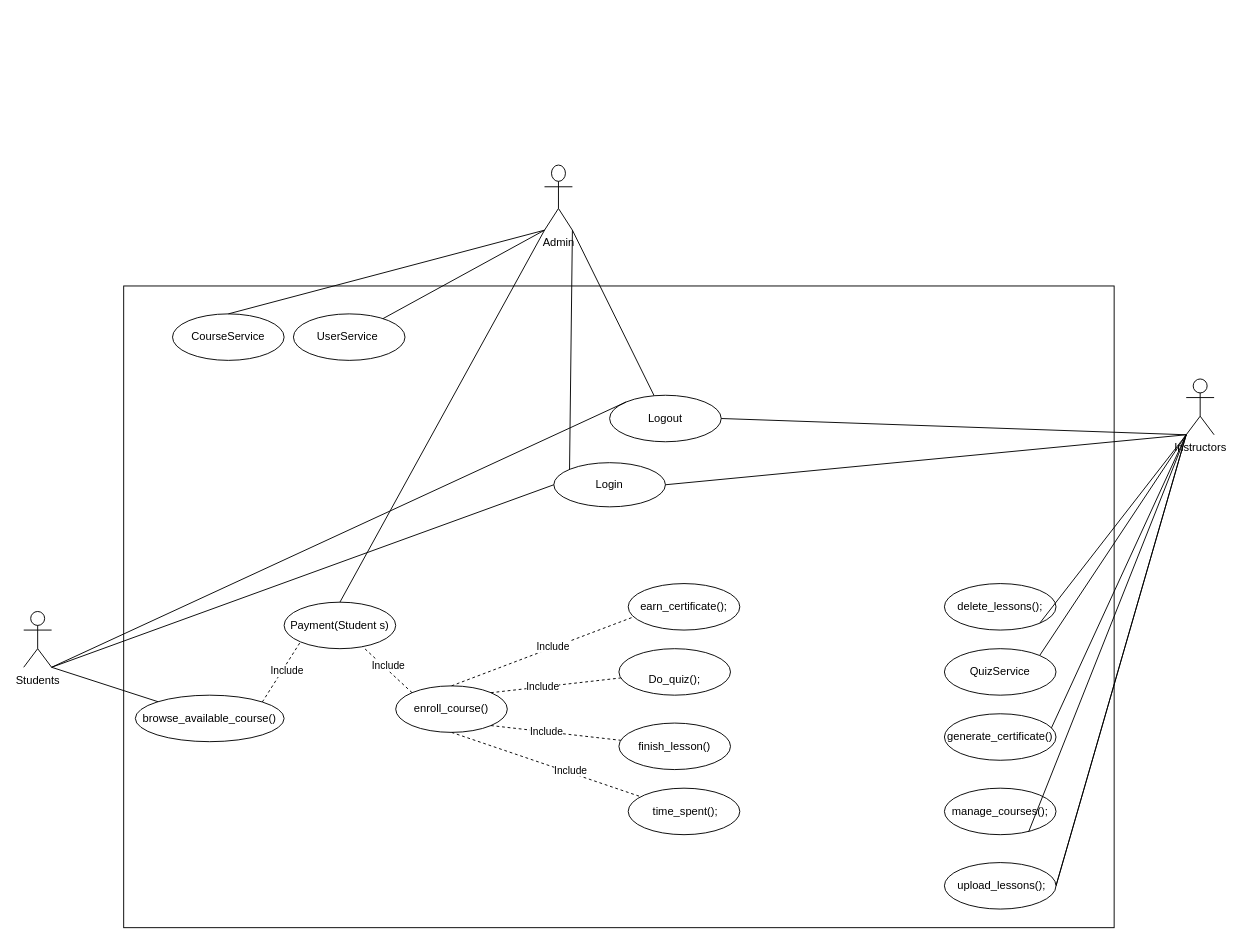
Earlier version of the draw.io diagram USE-CASE.drawio (Mahmoud5704/Bismillahi_arRahmani_arRahim-UML-). Source tidied: cells renumbered, new cells numbered last; positions are measured from the earlier drawing's top-left corner, leaving out a move shared by most shapes. Both pictures are drawn from the tidied source at 93%, with x=0, y=0 at pixel (23, 165).
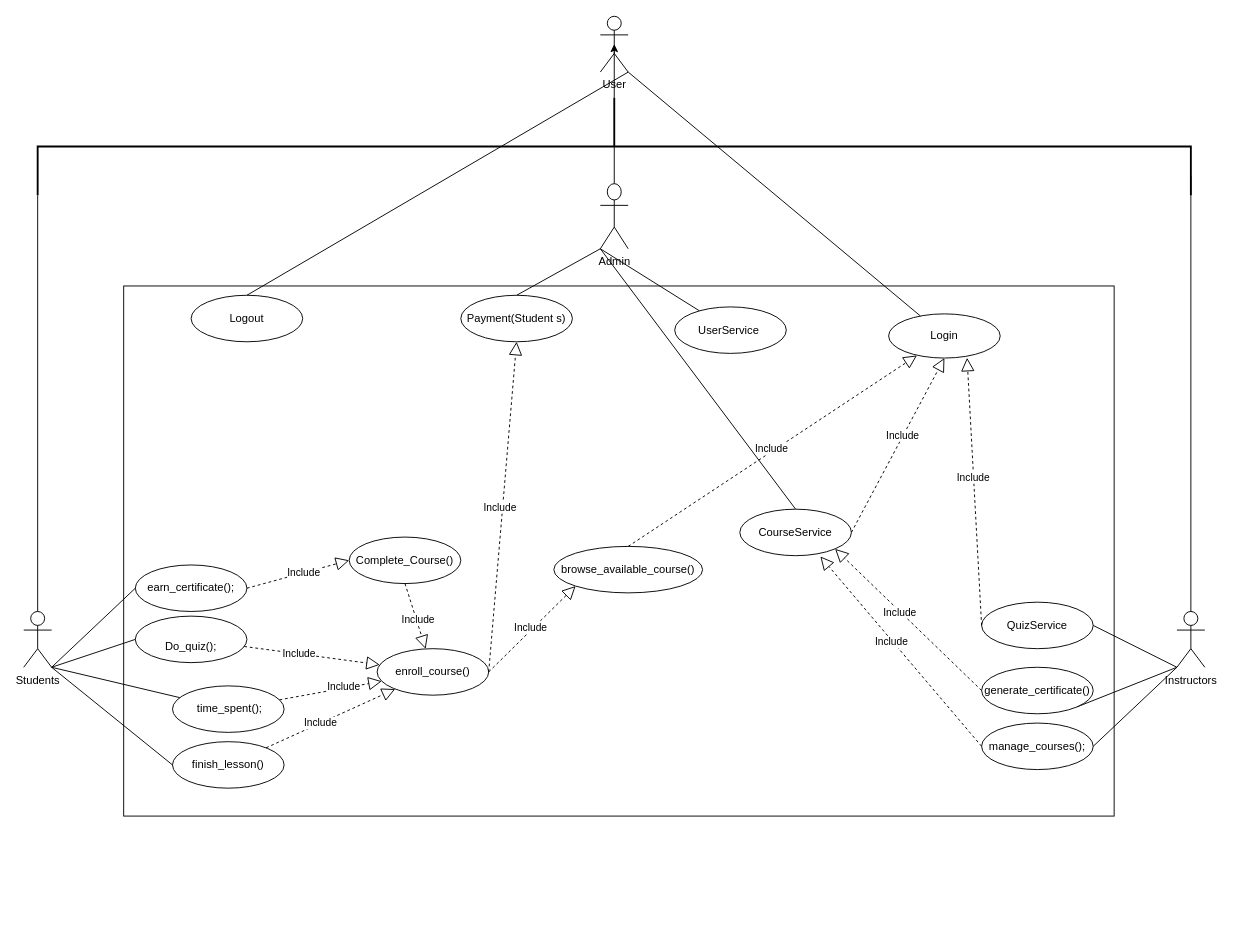
The same diagram, later.

The change refers to these unchanged cells:
```xml
<mxCell id="3" value="Students&lt;div&gt;&lt;br&gt;&lt;/div&gt;" style="shape=umlActor;verticalLabelPosition=bottom;verticalAlign=top;html=1;outlineConnect=0;" parent="1" vertex="1">
  <mxGeometry y="480" width="30" height="60" as="geometry" />
</mxCell>
```

Diff of the diagram source:
```diff
@@
     <mxCell id="2" value="Instructors" style="shape=umlActor;verticalLabelPosition=bottom;verticalAlign=top;html=1;outlineConnect=0;" parent="1" vertex="1">
-      <mxGeometry x="1250" y="230" width="30" height="60" as="geometry" />
+      <mxGeometry x="1240" y="480" width="30" height="60" as="geometry" />
     </mxCell>
@@
     <mxCell id="4" style="rounded=0;whiteSpace=wrap;html=1;" parent="1" vertex="1">
-      <mxGeometry x="107.5" y="130" width="1065" height="690" as="geometry" />
+      <mxGeometry x="107.5" y="130" width="1065" height="570" as="geometry" />
     </mxCell>
     <mxCell id="5" value="finish_lesson()" style="ellipse;whiteSpace=wrap;html=1;" parent="1" vertex="1">
-      <mxGeometry x="640" y="600" width="120" height="50" as="geometry" />
+      <mxGeometry x="160" y="620" width="120" height="50" as="geometry" />
     </mxCell>
     <mxCell id="6" value="enroll_course()" style="ellipse;whiteSpace=wrap;html=1;" parent="1" vertex="1">
-      <mxGeometry x="400" y="560" width="120" height="50" as="geometry" />
+      <mxGeometry x="380" y="520" width="120" height="50" as="geometry" />
     </mxCell>
-    <mxCell id="7" value="&amp;nbsp;time_spent();" style="ellipse;whiteSpace=wrap;html=1;" parent="1" vertex="1">
-      <mxGeometry x="650" y="670" width="120" height="50" as="geometry" />
-    </mxCell>
     <mxCell id="8" value="browse_available_course()" style="ellipse;whiteSpace=wrap;html=1;" parent="1" vertex="1">
-      <mxGeometry x="120" y="570" width="160" height="50" as="geometry" />
+      <mxGeometry x="570" y="410" width="160" height="50" as="geometry" />
     </mxCell>
     <mxCell id="9" value="earn_certificate();" style="ellipse;whiteSpace=wrap;html=1;" parent="1" vertex="1">
-      <mxGeometry x="650" y="450" width="120" height="50" as="geometry" />
+      <mxGeometry x="120" y="430" width="120" height="50" as="geometry" />
     </mxCell>
     <mxCell id="10" value="&lt;br&gt;Do_quiz();" style="ellipse;whiteSpace=wrap;html=1;" parent="1" vertex="1">
-      <mxGeometry x="640" y="520" width="120" height="50" as="geometry" />
+      <mxGeometry x="120" y="485" width="120" height="50" as="geometry" />
     </mxCell>
     <mxCell id="11" value="QuizService" style="ellipse;whiteSpace=wrap;html=1;" parent="1" vertex="1">
-      <mxGeometry x="990" y="520" width="120" height="50" as="geometry" />
+      <mxGeometry x="1030" y="470" width="120" height="50" as="geometry" />
     </mxCell>
-    <mxCell id="12" value="delete_lessons();" style="ellipse;whiteSpace=wrap;html=1;" parent="1" vertex="1">
-      <mxGeometry x="990" y="450" width="120" height="50" as="geometry" />
-    </mxCell>
     <mxCell id="13" value="manage_courses();" style="ellipse;whiteSpace=wrap;html=1;" parent="1" vertex="1">
-      <mxGeometry x="990" y="670" width="120" height="50" as="geometry" />
+      <mxGeometry x="1030" y="600" width="120" height="50" as="geometry" />
     </mxCell>
     <mxCell id="14" value="Logout" style="ellipse;whiteSpace=wrap;html=1;" parent="1" vertex="1">
-      <mxGeometry x="630" y="247.5" width="120" height="50" as="geometry" />
+      <mxGeometry x="180" y="140" width="120" height="50" as="geometry" />
     </mxCell>
     <mxCell id="15" value="Login" style="ellipse;whiteSpace=wrap;html=1;" parent="1" vertex="1">
-      <mxGeometry x="570" y="320" width="120" height="47.5" as="geometry" />
+      <mxGeometry x="930" y="160" width="120" height="47.5" as="geometry" />
     </mxCell>
-    <mxCell id="16" style="endArrow=none;dashed=1;html=1;rounded=0;exitX=1;exitY=0;exitDx=0;exitDy=0;" parent="1" edge="1" source="6" target="10">
+    <mxCell id="16" style="endArrow=block;dashed=1;endFill=0;endSize=12;html=1;rounded=0;" parent="1" edge="1" source="10" target="6">
       <mxGeometry relative="1" as="geometry" />
     </mxCell>
@@
-    <mxCell id="18" style="endArrow=none;dashed=1;html=1;rounded=0;exitX=0.5;exitY=1;exitDx=0;exitDy=0;" parent="1" edge="1" source="6" target="7">
+    <mxCell id="18" style="endArrow=block;dashed=1;endFill=0;endSize=12;html=1;rounded=0;" parent="1" edge="1" source="7" target="6">
       <mxGeometry relative="1" as="geometry" />
     </mxCell>
@@
-    <mxCell id="20" style="endArrow=none;html=1;rounded=0;exitX=1;exitY=1;exitDx=0;exitDy=0;exitPerimeter=0;" parent="1" edge="1" source="3" target="8">
-      <mxGeometry relative="1" as="geometry" />
-    </mxCell>
-    <mxCell id="21" style="endArrow=none;dashed=1;html=1;rounded=0;entryX=0.051;entryY=0.714;entryDx=0;entryDy=0;entryPerimeter=0;exitX=0.5;exitY=0;exitDx=0;exitDy=0;" parent="1" edge="1" source="6" target="9">
+    <mxCell id="21" style="endArrow=block;dashed=1;endFill=0;endSize=12;html=1;rounded=0;exitX=0.5;exitY=1;exitDx=0;exitDy=0;" parent="1" edge="1" source="77" target="6">
       <mxGeometry relative="1" as="geometry" />
     </mxCell>
@@
-    <mxCell id="23" style="endArrow=none;dashed=1;html=1;rounded=0;exitX=1;exitY=0;exitDx=0;exitDy=0;entryX=0;entryY=1;entryDx=0;entryDy=0;" parent="1" edge="1" source="8" target="41">
-      <mxGeometry relative="1" as="geometry" />
-    </mxCell>
-    <mxCell id="24" value="Include" style="edgeLabel;html=1;align=center;verticalAlign=middle;" parent="23" vertex="1">
-      <mxGeometry x="0.1" y="-4" relative="1" as="geometry" />
-    </mxCell>
-    <mxCell id="25" style="endArrow=none;dashed=1;html=1;rounded=0;exitX=1;exitY=1;exitDx=0;exitDy=0;" parent="1" edge="1" source="6" target="5">
+    <mxCell id="25" style="endArrow=block;dashed=1;endFill=0;endSize=12;html=1;rounded=0;" parent="1" edge="1" source="5" target="6">
       <mxGeometry relative="1" as="geometry" />
     </mxCell>
@@
-    <mxCell id="27" style="endArrow=none;html=1;rounded=0;exitX=1;exitY=1;exitDx=0;exitDy=0;exitPerimeter=0;entryX=0;entryY=0.5;entryDx=0;entryDy=0;" parent="1" edge="1" source="3" target="15">
-      <mxGeometry relative="1" as="geometry" />
-    </mxCell>
-    <mxCell id="28" style="endArrow=none;html=1;rounded=0;exitX=1;exitY=0.5;exitDx=0;exitDy=0;entryX=0;entryY=1;entryDx=0;entryDy=0;entryPerimeter=0;" parent="1" edge="1" source="15" target="2">
-      <mxGeometry relative="1" as="geometry" />
-    </mxCell>
-    <mxCell id="29" style="endArrow=none;html=1;rounded=0;entryX=0;entryY=0;entryDx=0;entryDy=0;exitX=1;exitY=1;exitDx=0;exitDy=0;exitPerimeter=0;" parent="1" edge="1" source="44" target="15">
-      <mxGeometry relative="1" as="geometry" />
-    </mxCell>
-    <mxCell id="30" style="endArrow=none;html=1;rounded=0;exitX=1;exitY=0.5;exitDx=0;exitDy=0;entryX=0;entryY=1;entryDx=0;entryDy=0;entryPerimeter=0;" parent="1" edge="1" source="40" target="2">
-      <mxGeometry relative="1" as="geometry" />
-    </mxCell>
-    <mxCell id="31" style="endArrow=none;html=1;rounded=0;exitX=1;exitY=1;exitDx=0;exitDy=0;exitPerimeter=0;entryX=0;entryY=0;entryDx=0;entryDy=0;" parent="1" edge="1" source="3" target="14">
-      <mxGeometry relative="1" as="geometry" />
-    </mxCell>
-    <mxCell id="32" style="endArrow=none;html=1;rounded=0;exitX=1;exitY=1;exitDx=0;exitDy=0;exitPerimeter=0;" parent="1" edge="1" source="44" target="14">
-      <mxGeometry relative="1" as="geometry" />
-    </mxCell>
-    <mxCell id="33" style="endArrow=none;html=1;rounded=0;exitX=0;exitY=1;exitDx=0;exitDy=0;entryX=1;entryY=0.5;entryDx=0;entryDy=0;exitPerimeter=0;" parent="1" edge="1" source="2" target="40">
-      <mxGeometry relative="1" as="geometry" />
-    </mxCell>
@@
-    <mxCell id="35" style="endArrow=none;html=1;rounded=0;exitX=1;exitY=0;exitDx=0;exitDy=0;entryX=0;entryY=1;entryDx=0;entryDy=0;entryPerimeter=0;" parent="1" edge="1" source="11" target="2">
+    <mxCell id="35" style="endArrow=none;html=1;rounded=0;exitX=1;exitY=0.5;exitDx=0;exitDy=0;entryX=0;entryY=1;entryDx=0;entryDy=0;entryPerimeter=0;" parent="1" edge="1" source="11" target="2">
       <mxGeometry relative="1" as="geometry" />
     </mxCell>
-    <mxCell id="36" style="endArrow=none;html=1;rounded=0;entryX=0;entryY=1;entryDx=0;entryDy=0;entryPerimeter=0;exitX=1;exitY=1;exitDx=0;exitDy=0;" parent="1" edge="1" source="12" target="2">
-      <mxGeometry relative="1" as="geometry" />
-    </mxCell>
-    <mxCell id="37" style="endArrow=none;html=1;rounded=0;exitX=0.754;exitY=0.942;exitDx=0;exitDy=0;exitPerimeter=0;entryX=0;entryY=1;entryDx=0;entryDy=0;entryPerimeter=0;" parent="1" edge="1" source="13" target="2">
+    <mxCell id="37" style="endArrow=none;html=1;rounded=0;exitX=1;exitY=0.5;exitDx=0;exitDy=0;entryX=0;entryY=1;entryDx=0;entryDy=0;entryPerimeter=0;" parent="1" edge="1" source="13" target="2">
       <mxGeometry relative="1" as="geometry" />
     </mxCell>
     <mxCell id="38" value="generate_certificate()" style="ellipse;whiteSpace=wrap;html=1;" parent="1" vertex="1">
-      <mxGeometry x="990" y="590" width="120" height="50" as="geometry" />
+      <mxGeometry x="1030" y="540" width="120" height="50" as="geometry" />
     </mxCell>
-    <mxCell id="39" style="endArrow=none;html=1;rounded=0;exitX=1;exitY=0.5;exitDx=0;exitDy=0;entryX=0;entryY=1;entryDx=0;entryDy=0;entryPerimeter=0;" parent="1" edge="1" source="14" target="2">
-      <mxGeometry relative="1" as="geometry" />
-    </mxCell>
-    <mxCell id="40" value="&amp;nbsp;upload_lessons();" style="ellipse;whiteSpace=wrap;html=1;" parent="1" vertex="1">
-      <mxGeometry x="990" y="750" width="120" height="50" as="geometry" />
-    </mxCell>
     <mxCell id="41" value="Payment(Student s)" style="ellipse;whiteSpace=wrap;html=1;" parent="1" vertex="1">
-      <mxGeometry x="280" y="470" width="120" height="50" as="geometry" />
+      <mxGeometry x="470" y="140" width="120" height="50" as="geometry" />
     </mxCell>
-    <mxCell id="42" style="endArrow=none;dashed=1;html=1;rounded=0;exitX=0;exitY=0;exitDx=0;exitDy=0;" parent="1" edge="1" source="6" target="41">
-      <mxGeometry relative="1" as="geometry" />
-    </mxCell>
-    <mxCell id="43" value="Include" style="edgeLabel;html=1;align=center;verticalAlign=middle;" parent="42" vertex="1">
-      <mxGeometry x="0.1" y="-4" relative="1" as="geometry" />
-    </mxCell>
     <mxCell id="44" value="Admin" style="shape=umlActor;verticalLabelPosition=bottom;verticalAlign=top;html=1;outlineConnect=0;rotation=0;" parent="1" vertex="1">
-      <mxGeometry x="560" width="30" height="70" as="geometry" />
+      <mxGeometry x="620" y="20" width="30" height="70" as="geometry" />
     </mxCell>
     <mxCell id="45" value="CourseService" style="ellipse;whiteSpace=wrap;html=1;" parent="1" vertex="1">
-      <mxGeometry x="160" y="160" width="120" height="50" as="geometry" />
+      <mxGeometry x="770" y="370" width="120" height="50" as="geometry" />
     </mxCell>
     <mxCell id="46" value="UserService&amp;nbsp;" style="ellipse;whiteSpace=wrap;html=1;" parent="1" vertex="1">
-      <mxGeometry x="290" y="160" width="120" height="50" as="geometry" />
+      <mxGeometry x="700" y="152.5" width="120" height="50" as="geometry" />
     </mxCell>
@@
+    <mxCell id="51" value="User" style="shape=umlActor;verticalLabelPosition=bottom;verticalAlign=top;html=1;outlineConnect=0;" parent="1" vertex="1">
+      <mxGeometry x="620" y="-160" width="30" height="60" as="geometry" />
+    </mxCell>
+    <mxCell id="52" style="strokeWidth=2;html=1;shape=mxgraph.flowchart.annotation_2;align=left;labelPosition=right;rotation=90;" parent="1" vertex="1">
+      <mxGeometry x="582.5" y="-640" width="105" height="1240" as="geometry" />
+    </mxCell>
+    <mxCell id="53" style="endArrow=classic;html=1;rounded=0;entryX=0.5;entryY=0.5;entryDx=0;entryDy=0;entryPerimeter=0;exitX=0;exitY=0.5;exitDx=0;exitDy=0;exitPerimeter=0;" parent="1" edge="1" source="52" target="51">
+      <mxGeometry relative="1" as="geometry" />
+    </mxCell>
+    <mxCell id="54" style="endArrow=none;html=1;rounded=0;entryX=1;entryY=1;entryDx=0;entryDy=0;entryPerimeter=0;exitX=0.5;exitY=0;exitDx=0;exitDy=0;exitPerimeter=0;" parent="1" edge="1" source="3" target="52">
+      <mxGeometry relative="1" as="geometry" />
+    </mxCell>
+    <mxCell id="55" style="endArrow=none;html=1;rounded=0;exitX=0.5;exitY=0;exitDx=0;exitDy=0;exitPerimeter=0;entryX=0.805;entryY=0;entryDx=0;entryDy=0;entryPerimeter=0;" parent="1" edge="1" source="2" target="52">
+      <mxGeometry relative="1" as="geometry" />
+    </mxCell>
+    <mxCell id="56" style="endArrow=none;html=1;rounded=0;entryX=0.497;entryY=0.5;entryDx=0;entryDy=0;entryPerimeter=0;" parent="1" edge="1" source="44" target="52">
+      <mxGeometry relative="1" as="geometry" />
+    </mxCell>
+    <mxCell id="57" style="endArrow=none;html=1;rounded=0;entryX=1;entryY=1;entryDx=0;entryDy=0;entryPerimeter=0;" parent="1" edge="1" source="15" target="51">
+      <mxGeometry relative="1" as="geometry" />
+    </mxCell>
+    <mxCell id="58" style="endArrow=none;html=1;rounded=0;entryX=1;entryY=1;entryDx=0;entryDy=0;entryPerimeter=0;exitX=0.5;exitY=0;exitDx=0;exitDy=0;" parent="1" edge="1" source="14" target="51">
+      <mxGeometry relative="1" as="geometry" />
+    </mxCell>
+    <mxCell id="42" style="endArrow=block;dashed=1;endFill=0;endSize=12;html=1;rounded=0;exitX=1;exitY=0.5;exitDx=0;exitDy=0;entryX=0.5;entryY=1;entryDx=0;entryDy=0;" parent="1" edge="1" source="6" target="41">
+      <mxGeometry relative="1" as="geometry" />
+    </mxCell>
+    <mxCell id="59" value="Include" style="edgeLabel;html=1;align=center;verticalAlign=middle;" parent="42" vertex="1">
+      <mxGeometry y="3" relative="1" as="geometry" />
+    </mxCell>
+    <mxCell id="60" style="endArrow=none;html=1;rounded=0;exitX=1;exitY=1;exitDx=0;exitDy=0;exitPerimeter=0;" parent="1" edge="1" source="3" target="7">
+      <mxGeometry relative="1" as="geometry" />
+    </mxCell>
+    <mxCell id="7" value="&amp;nbsp;time_spent();" style="ellipse;whiteSpace=wrap;html=1;" parent="1" vertex="1">
+      <mxGeometry x="160" y="560" width="120" height="50" as="geometry" />
+    </mxCell>
+    <mxCell id="61" style="endArrow=none;html=1;rounded=0;exitX=1;exitY=1;exitDx=0;exitDy=0;exitPerimeter=0;entryX=0;entryY=0.5;entryDx=0;entryDy=0;" parent="1" edge="1" source="3" target="5">
+      <mxGeometry relative="1" as="geometry" />
+    </mxCell>
+    <mxCell id="62" style="endArrow=none;html=1;rounded=0;exitX=1;exitY=1;exitDx=0;exitDy=0;exitPerimeter=0;entryX=0;entryY=0.5;entryDx=0;entryDy=0;" parent="1" edge="1" source="3" target="10">
+      <mxGeometry relative="1" as="geometry" />
+    </mxCell>
+    <mxCell id="63" style="endArrow=none;html=1;rounded=0;entryX=0;entryY=0.5;entryDx=0;entryDy=0;" parent="1" edge="1" target="9">
+      <mxGeometry relative="1" as="geometry">
+        <mxPoint x="30" y="540" as="sourcePoint" />
+      </mxGeometry>
+    </mxCell>
+    <mxCell id="64" style="endArrow=block;dashed=1;endFill=0;endSize=12;html=1;rounded=0;exitX=1;exitY=0.5;exitDx=0;exitDy=0;entryX=0;entryY=1;entryDx=0;entryDy=0;" parent="1" edge="1" source="6" target="8">
+      <mxGeometry relative="1" as="geometry" />
+    </mxCell>
+    <mxCell id="65" value="Include" style="edgeLabel;html=1;align=center;verticalAlign=middle;" parent="64" vertex="1">
+      <mxGeometry y="3" relative="1" as="geometry" />
+    </mxCell>
+    <mxCell id="66" style="endArrow=block;dashed=1;endFill=0;endSize=12;html=1;rounded=0;exitX=0.5;exitY=0;exitDx=0;exitDy=0;entryX=0.254;entryY=0.942;entryDx=0;entryDy=0;entryPerimeter=0;" parent="1" edge="1" source="8" target="15">
+      <mxGeometry relative="1" as="geometry" />
+    </mxCell>
+    <mxCell id="67" value="Include" style="edgeLabel;html=1;align=center;verticalAlign=middle;" parent="66" vertex="1">
+      <mxGeometry y="3" relative="1" as="geometry" />
+    </mxCell>
+    <mxCell id="68" style="edgeStyle=none;shape=connector;rounded=0;orthogonalLoop=1;jettySize=auto;html=1;exitX=0.5;exitY=1;exitDx=0;exitDy=0;dashed=1;strokeColor=default;align=center;verticalAlign=middle;fontFamily=Helvetica;fontSize=11;fontColor=default;labelBackgroundColor=default;endArrow=block;endFill=0;endSize=12;" parent="1" edge="1" source="41" target="41">
+      <mxGeometry relative="1" as="geometry" />
+    </mxCell>
+    <mxCell id="69" style="endArrow=block;dashed=1;endFill=0;endSize=12;html=1;rounded=0;exitX=0;exitY=0.5;exitDx=0;exitDy=0;entryX=1;entryY=1;entryDx=0;entryDy=0;" parent="1" edge="1" source="38" target="45">
+      <mxGeometry relative="1" as="geometry" />
+    </mxCell>
+    <mxCell id="70" value="Include" style="edgeLabel;html=1;align=center;verticalAlign=middle;" parent="69" vertex="1">
+      <mxGeometry x="0.11" y="1" relative="1" as="geometry" />
+    </mxCell>
+    <mxCell id="71" style="endArrow=block;dashed=1;endFill=0;endSize=12;html=1;rounded=0;exitX=0;exitY=0.5;exitDx=0;exitDy=0;entryX=0.703;entryY=0.994;entryDx=0;entryDy=0;entryPerimeter=0;" parent="1" edge="1" source="11" target="15">
+      <mxGeometry relative="1" as="geometry" />
+    </mxCell>
+    <mxCell id="72" value="Include" style="edgeLabel;html=1;align=center;verticalAlign=middle;" parent="71" vertex="1">
+      <mxGeometry x="0.11" y="1" relative="1" as="geometry" />
+    </mxCell>
+    <mxCell id="73" style="endArrow=block;dashed=1;endFill=0;endSize=12;html=1;rounded=0;exitX=0;exitY=0.5;exitDx=0;exitDy=0;entryX=0.722;entryY=1.017;entryDx=0;entryDy=0;entryPerimeter=0;" parent="1" edge="1" source="13" target="45">
+      <mxGeometry relative="1" as="geometry" />
+    </mxCell>
+    <mxCell id="74" value="Include" style="edgeLabel;html=1;align=center;verticalAlign=middle;" parent="73" vertex="1">
+      <mxGeometry x="0.11" y="1" relative="1" as="geometry" />
+    </mxCell>
+    <mxCell id="75" style="endArrow=block;dashed=1;endFill=0;endSize=12;html=1;rounded=0;exitX=1;exitY=0.5;exitDx=0;exitDy=0;entryX=0.5;entryY=1;entryDx=0;entryDy=0;" parent="1" edge="1" source="45" target="15">
+      <mxGeometry relative="1" as="geometry" />
+    </mxCell>
+    <mxCell id="76" value="Include" style="edgeLabel;html=1;align=center;verticalAlign=middle;" parent="75" vertex="1">
+      <mxGeometry x="0.11" y="1" relative="1" as="geometry" />
+    </mxCell>
+    <mxCell id="77" value="Complete_Course()" style="ellipse;whiteSpace=wrap;html=1;" parent="1" vertex="1">
+      <mxGeometry x="350" y="400" width="120" height="50" as="geometry" />
+    </mxCell>
+    <mxCell id="78" style="endArrow=block;dashed=1;endFill=0;endSize=12;html=1;rounded=0;exitX=1;exitY=0.5;exitDx=0;exitDy=0;entryX=0;entryY=0.5;entryDx=0;entryDy=0;" parent="1" edge="1" source="9" target="77">
+      <mxGeometry relative="1" as="geometry" />
+    </mxCell>
+    <mxCell id="79" value="Include" style="edgeLabel;html=1;align=center;verticalAlign=middle;" parent="78" vertex="1">
+      <mxGeometry x="0.11" y="1" relative="1" as="geometry" />
+    </mxCell>
```
